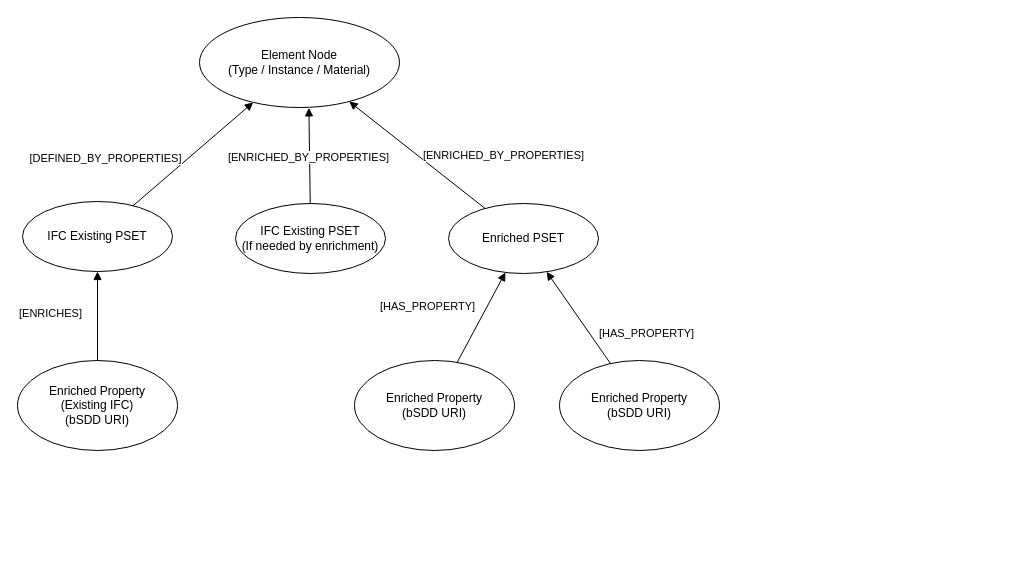
The draw.io diagram references/graph_enrichment_layer.drawio in BenoitLoze1977/liverpool_csck700_capstone_project, before the edit. Source tidied: cells renumbered, new cells numbered last; positions are measured from the earlier drawing's top-left corner, leaving out a move shared by most shapes. Both pictures are drawn from the tidied source at 100%, with x=0, y=0 at pixel (17, 17).
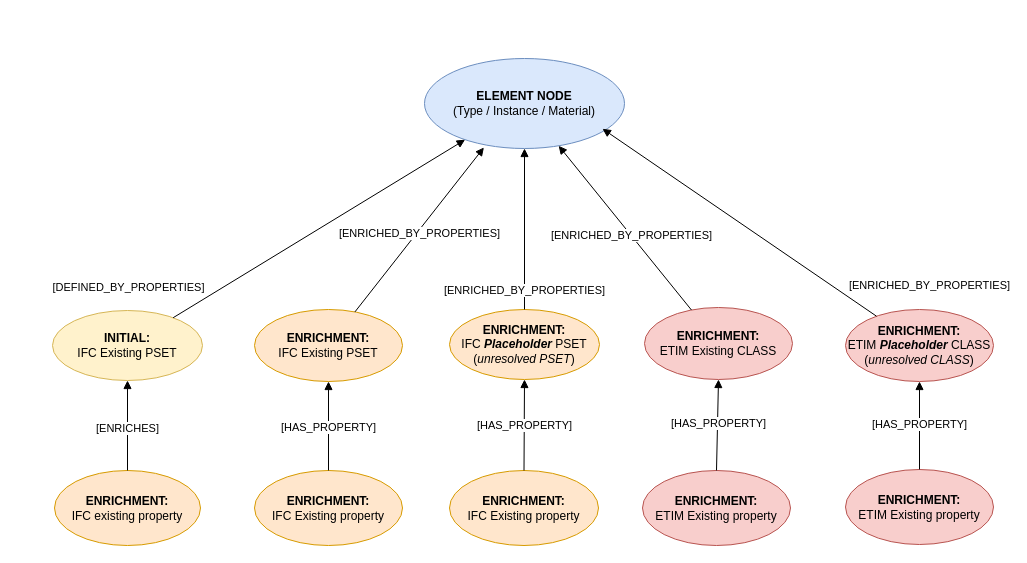
The same diagram, later.

Change to the diagram source:
```diff
@@
-    <mxCell id="2" value="Element Node&lt;br&gt;(Type / Instance / Material)" style="ellipse;whiteSpace=wrap;html=1;" parent="1" vertex="1">
-      <mxGeometry x="182" width="200" height="90" as="geometry" />
+    <mxCell id="2" value="&lt;b&gt;ELEMENT NODE&lt;/b&gt;&lt;br&gt;(Type / Instance / Material)" style="ellipse;whiteSpace=wrap;html=1;fillColor=#dae8fc;strokeColor=#6c8ebf;" parent="1" vertex="1">
+      <mxGeometry x="407" y="41" width="200" height="90" as="geometry" />
     </mxCell>
-    <mxCell id="3" value="IFC Existing PSET" style="ellipse;whiteSpace=wrap;html=1;" parent="1" vertex="1">
-      <mxGeometry x="5" y="184" width="150" height="70" as="geometry" />
+    <mxCell id="3" value="&lt;b&gt;INITIAL:&lt;/b&gt;&lt;div&gt;IFC Existing PSET&lt;/div&gt;" style="ellipse;whiteSpace=wrap;html=1;fillColor=#fff2cc;strokeColor=#d6b656;" parent="1" vertex="1">
+      <mxGeometry x="35" y="293" width="150" height="70" as="geometry" />
     </mxCell>
-    <mxCell id="4" value="Enriched PSET" style="ellipse;whiteSpace=wrap;html=1;" parent="1" vertex="1">
-      <mxGeometry x="431" y="186" width="150" height="70" as="geometry" />
+    <mxCell id="4" value="&lt;b&gt;ENRICHMENT:&lt;/b&gt;&lt;br&gt;&lt;div&gt;IFC &lt;b&gt;&lt;i&gt;Placeholder&lt;/i&gt;&lt;/b&gt; PSET&lt;/div&gt;&lt;div&gt;(&lt;i&gt;unresolved PSET&lt;/i&gt;)&lt;/div&gt;" style="ellipse;whiteSpace=wrap;html=1;fillColor=#ffe6cc;strokeColor=#d79b00;" parent="1" vertex="1">
+      <mxGeometry x="432" y="292" width="150" height="70" as="geometry" />
     </mxCell>
-    <mxCell id="5" value="Enriched Property&lt;br&gt;(Existing IFC)&lt;br&gt;(bSDD URI)" style="ellipse;whiteSpace=wrap;html=1;" parent="1" vertex="1">
-      <mxGeometry y="343" width="160" height="90" as="geometry" />
+    <mxCell id="5" value="&lt;b&gt;ENRICHMENT:&lt;/b&gt;&lt;br&gt;&lt;div&gt;IFC existing property&lt;/div&gt;" style="ellipse;whiteSpace=wrap;html=1;fillColor=#ffe6cc;strokeColor=#d79b00;" parent="1" vertex="1">
+      <mxGeometry x="37" y="453" width="146" height="75" as="geometry" />
     </mxCell>
-    <mxCell id="6" value="Enriched Property&lt;br&gt;(bSDD URI)" style="ellipse;whiteSpace=wrap;html=1;" parent="1" vertex="1">
-      <mxGeometry x="337" y="343" width="160" height="90" as="geometry" />
+    <mxCell id="6" value="&lt;b&gt;ENRICHMENT:&lt;/b&gt;&lt;br&gt;&lt;div&gt;IFC Existing property&lt;/div&gt;" style="ellipse;whiteSpace=wrap;html=1;fillColor=#ffe6cc;strokeColor=#d79b00;" parent="1" vertex="1">
+      <mxGeometry x="432" y="453" width="149" height="75" as="geometry" />
     </mxCell>
-    <mxCell id="7" value="Enriched Property&lt;br&gt;(bSDD URI)" style="ellipse;whiteSpace=wrap;html=1;" parent="1" vertex="1">
-      <mxGeometry x="542" y="343" width="160" height="90" as="geometry" />
-    </mxCell>
     <mxCell id="8" value="[DEFINED_BY_PROPERTIES]" style="endArrow=block;html=1;" parent="1" edge="1" source="3" target="2">
-      <mxGeometry x="-0.88" y="54" relative="1" as="geometry" />
+      <mxGeometry x="-1" y="52" relative="1" as="geometry">
+        <mxPoint x="-18" y="14" as="offset" />
+      </mxGeometry>
     </mxCell>
     <mxCell id="9" value="[ENRICHED_BY_PROPERTIES]" style="endArrow=block;html=1;" parent="1" edge="1" source="4" target="2">
-      <mxGeometry x="-0.79" y="-53" relative="1" as="geometry" />
+      <mxGeometry x="-0.76" relative="1" as="geometry" />
     </mxCell>
     <mxCell id="10" value="[ENRICHES]" style="endArrow=block;html=1;" parent="1" edge="1" source="5" target="3">
-      <mxGeometry x="0.06" y="47" relative="1" as="geometry" />
+      <mxGeometry x="-0.07" relative="1" as="geometry" />
     </mxCell>
     <mxCell id="11" value="[HAS_PROPERTY]" style="endArrow=block;html=1;" parent="1" edge="1" source="6" target="4">
-      <mxGeometry x="-0.31" y="52" relative="1" as="geometry" />
+      <mxGeometry x="-0.01" relative="1" as="geometry" />
     </mxCell>
-    <mxCell id="12" value="[HAS_PROPERTY]" style="endArrow=block;html=1;" parent="1" edge="1" source="7" target="4">
-      <mxGeometry x="-0.93" y="-47" relative="1" as="geometry" />
-    </mxCell>
-    <mxCell id="13" value="IFC Existing PSET&lt;div&gt;(If needed by enrichment)&lt;/div&gt;" style="ellipse;whiteSpace=wrap;html=1;" parent="1" vertex="1">
-      <mxGeometry x="218" y="186" width="150" height="70" as="geometry" />
+    <mxCell id="13" value="&lt;b&gt;ENRICHMENT:&lt;/b&gt;&lt;div&gt;IFC Existing PSET&lt;/div&gt;" style="ellipse;whiteSpace=wrap;html=1;fillColor=#ffe6cc;strokeColor=#d79b00;" parent="1" vertex="1">
+      <mxGeometry x="237" y="292" width="148" height="72" as="geometry" />
     </mxCell>
-    <mxCell id="14" value="[ENRICHED_BY_PROPERTIES]" style="endArrow=block;html=1;entryX=0.547;entryY=1.004;entryDx=0;entryDy=0;entryPerimeter=0;" parent="1" edge="1" source="13" target="2">
-      <mxGeometry x="-0.04" y="1" relative="1" as="geometry" />
+    <mxCell id="14" value="[ENRICHED_BY_PROPERTIES]" style="endArrow=block;html=1;entryX=0.297;entryY=0.989;entryDx=0;entryDy=0;entryPerimeter=0;" parent="1" edge="1" source="13" target="2">
+      <mxGeometry x="-0.02" y="-2" relative="1" as="geometry">
+        <mxPoint y="1" as="offset" />
+      </mxGeometry>
     </mxCell>
+    <mxCell id="15" value="&lt;b&gt;ENRICHMENT:&lt;/b&gt;&lt;br&gt;&lt;div&gt;IFC Existing property&lt;/div&gt;" style="ellipse;whiteSpace=wrap;html=1;fillColor=#ffe6cc;strokeColor=#d79b00;" parent="1" vertex="1">
+      <mxGeometry x="237" y="453" width="148" height="75" as="geometry" />
+    </mxCell>
+    <mxCell id="16" value="[HAS_PROPERTY]" style="endArrow=block;html=1;entryX=0.5;entryY=1;entryDx=0;entryDy=0;exitX=0.5;exitY=0;exitDx=0;exitDy=0;" parent="1" edge="1" source="15" target="13">
+      <mxGeometry x="-0.03" relative="1" as="geometry" />
+    </mxCell>
+    <mxCell id="17" value="&lt;b&gt;ENRICHMENT:&lt;/b&gt;&lt;br&gt;&lt;div&gt;ETIM Existing CLASS&lt;/div&gt;" style="ellipse;whiteSpace=wrap;html=1;fillColor=#f8cecc;strokeColor=#b85450;" parent="1" vertex="1">
+      <mxGeometry x="627" y="290" width="148" height="72" as="geometry" />
+    </mxCell>
+    <mxCell id="18" value="[ENRICHED_BY_PROPERTIES]" style="endArrow=block;html=1;" parent="1" edge="1" source="17" target="2">
+      <mxGeometry x="-0.09" relative="1" as="geometry" />
+    </mxCell>
+    <mxCell id="19" value="&lt;b&gt;ENRICHMENT:&lt;/b&gt;&lt;br&gt;&lt;div&gt;ETIM Existing property&lt;/div&gt;" style="ellipse;whiteSpace=wrap;html=1;fillColor=#f8cecc;strokeColor=#b85450;" parent="1" vertex="1">
+      <mxGeometry x="625" y="453" width="148" height="75" as="geometry" />
+    </mxCell>
+    <mxCell id="20" value="[HAS_PROPERTY]" style="endArrow=block;html=1;entryX=0.5;entryY=1;entryDx=0;entryDy=0;exitX=0.5;exitY=0;exitDx=0;exitDy=0;" parent="1" edge="1" source="19" target="17">
+      <mxGeometry x="0.03" y="-1" relative="1" as="geometry" />
+    </mxCell>
+    <mxCell id="21" value="&lt;b&gt;ENRICHMENT:&lt;/b&gt;&lt;br&gt;&lt;div&gt;&lt;div&gt;ETIM &lt;i&gt;&lt;b&gt;Placeholder &lt;/b&gt;&lt;/i&gt;CLASS&lt;/div&gt;&lt;div&gt;(&lt;i&gt;unresolved CLASS&lt;/i&gt;)&lt;/div&gt;&lt;/div&gt;" style="ellipse;whiteSpace=wrap;html=1;fillColor=#f8cecc;strokeColor=#b85450;" parent="1" vertex="1">
+      <mxGeometry x="828" y="292" width="148" height="72" as="geometry" />
+    </mxCell>
+    <mxCell id="22" value="[ENRICHED_BY_PROPERTIES]" style="endArrow=block;html=1;entryX=0.89;entryY=0.781;entryDx=0;entryDy=0;entryPerimeter=0;" parent="1" edge="1" source="21" target="2">
+      <mxGeometry x="-1" y="-58" relative="1" as="geometry">
+        <mxPoint x="20" y="17" as="offset" />
+      </mxGeometry>
+    </mxCell>
+    <mxCell id="23" value="&lt;b&gt;ENRICHMENT:&lt;/b&gt;&lt;br&gt;&lt;div&gt;ETIM Existing property&lt;/div&gt;" style="ellipse;whiteSpace=wrap;html=1;fillColor=#f8cecc;strokeColor=#b85450;" parent="1" vertex="1">
+      <mxGeometry x="828" y="452" width="148" height="75" as="geometry" />
+    </mxCell>
+    <mxCell id="24" value="[HAS_PROPERTY]" style="endArrow=block;html=1;entryX=0.5;entryY=1;entryDx=0;entryDy=0;exitX=0.5;exitY=0;exitDx=0;exitDy=0;" parent="1" edge="1" source="23" target="21">
+      <mxGeometry x="0.02" relative="1" as="geometry" />
+    </mxCell>
```
